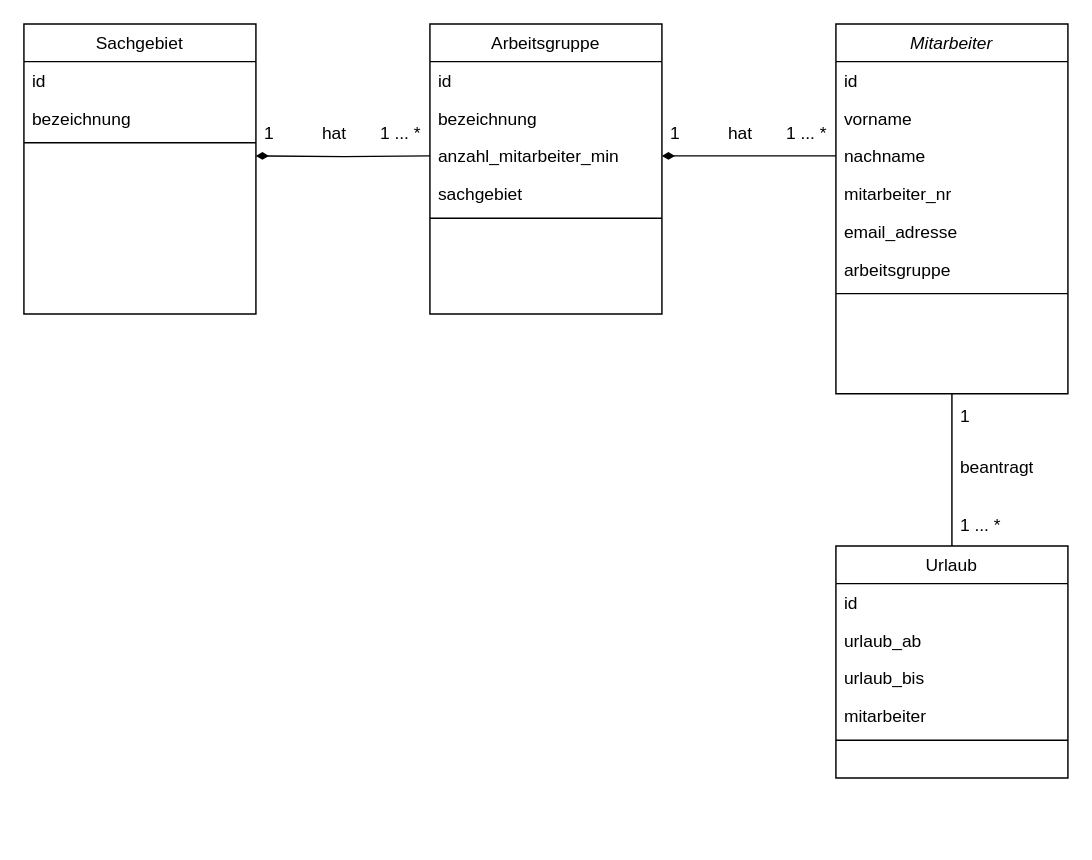
This is designs/ooa_hopla.drawio from CodaCodalis/holiday-leave-planner, a draw.io file, before an edit. Source tidied: cells renumbered, new cells numbered last; positions are measured from the earlier drawing's top-left corner, leaving out a move shared by most shapes. Both pictures are drawn from the tidied source at 145%, with x=0, y=0 at pixel (23, 23).
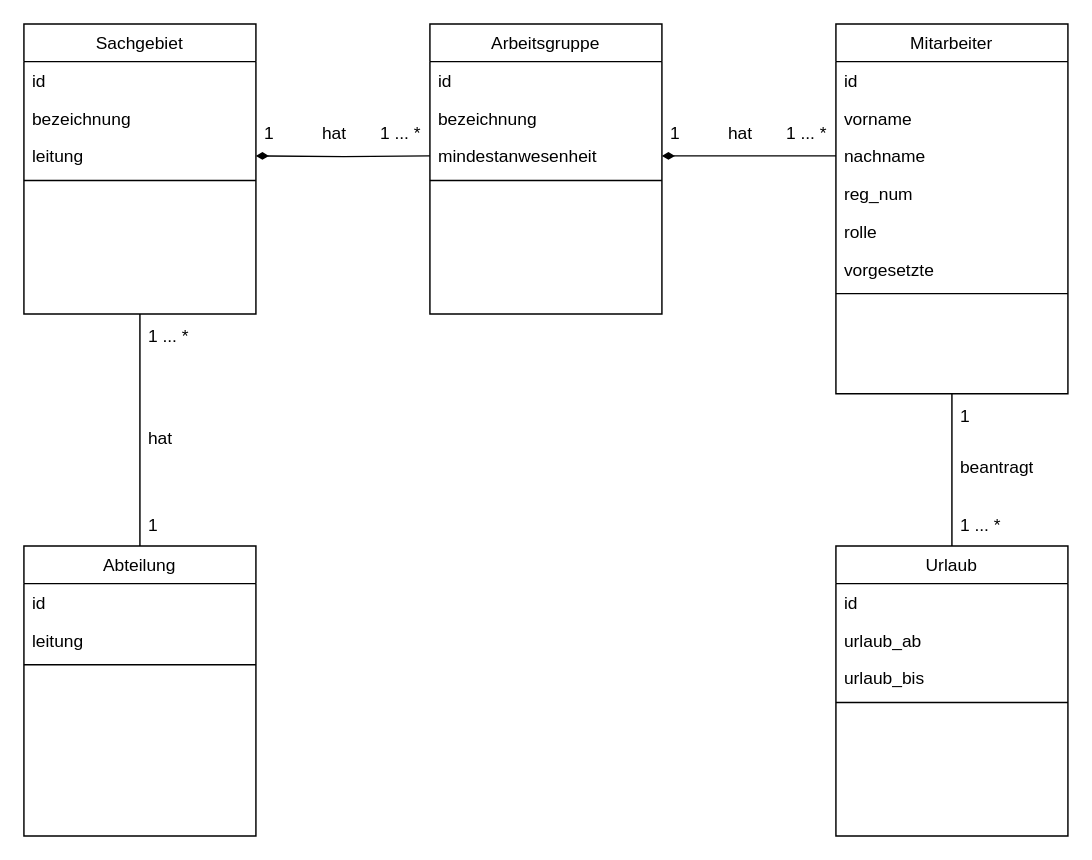
The same page after the edit.

The change refers to these unchanged cells:
```xml
<mxCell id="16" value="Arbeitsgruppe" style="swimlane;fontStyle=0;align=center;verticalAlign=top;horizontal=1;startSize=26;rounded=0;shadow=0;strokeWidth=1;" parent="1" vertex="1">
  <mxGeometry x="280" width="160" height="200" as="geometry" />
</mxCell>
<mxCell id="23" value="Sachgebiet" style="swimlane;fontStyle=0;align=center;verticalAlign=top;horizontal=1;startSize=26;rounded=0;shadow=0;strokeWidth=1;" parent="1" vertex="1">
  <mxGeometry width="160" height="200" as="geometry" />
</mxCell>
```

What changed in the source:
```diff
@@
-    <mxCell id="2" value="Mitarbeiter" style="swimlane;fontStyle=2;align=center;verticalAlign=top;horizontal=1;startSize=26;rounded=0;shadow=0;strokeWidth=1;" parent="1" vertex="1">
+    <mxCell id="2" value="Mitarbeiter" style="swimlane;fontStyle=0;align=center;verticalAlign=top;horizontal=1;startSize=26;rounded=0;shadow=0;strokeWidth=1;" parent="1" vertex="1">
       <mxGeometry x="560" width="160" height="255" as="geometry" />
     </mxCell>
@@
-    <mxCell id="6" value="mitarbeiter_nr" style="text;align=left;verticalAlign=top;spacingLeft=4;spacingRight=4;overflow=hidden;rounded=0;shadow=0;html=0;" parent="2" vertex="1">
+    <mxCell id="6" value="reg_num" style="text;align=left;verticalAlign=top;spacingLeft=4;spacingRight=4;overflow=hidden;rounded=0;shadow=0;html=0;" parent="2" vertex="1">
       <mxGeometry y="104" width="160" height="26" as="geometry" />
     </mxCell>
-    <mxCell id="7" value="email_adresse" style="text;align=left;verticalAlign=top;spacingLeft=4;spacingRight=4;overflow=hidden;rounded=0;shadow=0;html=0;" parent="2" vertex="1">
+    <mxCell id="7" value="rolle" style="text;align=left;verticalAlign=top;spacingLeft=4;spacingRight=4;overflow=hidden;rounded=0;shadow=0;html=0;" parent="2" vertex="1">
       <mxGeometry y="130" width="160" height="26" as="geometry" />
     </mxCell>
-    <mxCell id="8" value="arbeitsgruppe" style="text;align=left;verticalAlign=top;spacingLeft=4;spacingRight=4;overflow=hidden;rounded=0;shadow=0;html=0;" parent="2" vertex="1">
+    <mxCell id="8" value="vorgesetzte" style="text;align=left;verticalAlign=top;spacingLeft=4;spacingRight=4;overflow=hidden;rounded=0;shadow=0;html=0;" parent="2" vertex="1">
       <mxGeometry y="156" width="160" height="26" as="geometry" />
     </mxCell>
@@
     <mxCell id="10" value="Urlaub" style="swimlane;fontStyle=0;align=center;verticalAlign=top;horizontal=1;startSize=26;rounded=0;shadow=0;strokeWidth=1;" parent="1" vertex="1">
-      <mxGeometry x="560" y="360" width="160" height="160" as="geometry" />
+      <mxGeometry x="560" y="360" width="160" height="200" as="geometry" />
     </mxCell>
@@
-    <mxCell id="14" value="mitarbeiter" style="text;align=left;verticalAlign=top;spacingLeft=4;spacingRight=4;overflow=hidden;rounded=0;shadow=0;html=0;" parent="10" vertex="1">
-      <mxGeometry y="104" width="160" height="26" as="geometry" />
-    </mxCell>
     <mxCell id="15" style="line;html=1;strokeWidth=1;align=left;verticalAlign=middle;spacingTop=-1;spacingLeft=3;spacingRight=3;labelPosition=right;" parent="10" vertex="1">
-      <mxGeometry y="130" width="160" height="8" as="geometry" />
+      <mxGeometry y="104" width="160" height="8" as="geometry" />
     </mxCell>
@@
-    <mxCell id="19" value="anzahl_mitarbeiter_min" style="text;align=left;verticalAlign=top;spacingLeft=4;spacingRight=4;overflow=hidden;points=[[0,0.5],[1,0.5]];portConstraint=eastwest;" parent="16" vertex="1">
+    <mxCell id="19" value="mindestanwesenheit" style="text;align=left;verticalAlign=top;spacingLeft=4;spacingRight=4;overflow=hidden;points=[[0,0.5],[1,0.5]];portConstraint=eastwest;" parent="16" vertex="1">
       <mxGeometry y="78" width="160" height="26" as="geometry" />
     </mxCell>
-    <mxCell id="20" value="sachgebiet" style="text;align=left;verticalAlign=top;spacingLeft=4;spacingRight=4;overflow=hidden;" parent="16" vertex="1">
-      <mxGeometry y="104" width="160" height="26" as="geometry" />
-    </mxCell>
     <mxCell id="21" style="line;html=1;strokeWidth=1;align=left;verticalAlign=middle;spacingTop=-1;spacingLeft=3;spacingRight=3;labelPosition=right;" parent="16" vertex="1">
-      <mxGeometry y="130" width="160" height="8" as="geometry" />
+      <mxGeometry y="104" width="160" height="8" as="geometry" />
     </mxCell>
@@
+    <mxCell id="38" value="leitung" style="text;align=left;verticalAlign=top;spacingLeft=4;spacingRight=4;overflow=hidden;" parent="23" vertex="1">
+      <mxGeometry y="78" width="160" height="26" as="geometry" />
+    </mxCell>
     <mxCell id="26" style="line;html=1;strokeWidth=1;align=left;verticalAlign=middle;spacingTop=-1;spacingLeft=3;spacingRight=3;labelPosition=right;" parent="23" vertex="1">
-      <mxGeometry y="78" width="160" height="8" as="geometry" />
+      <mxGeometry y="104" width="160" height="8" as="geometry" />
     </mxCell>
@@
+    <mxCell id="39" style="edgeStyle=orthogonalEdgeStyle;rounded=0;jettySize=auto;html=1;entryX=0.5;entryY=1;entryDx=0;entryDy=0;endArrow=none;endFill=0;" parent="1" edge="1" source="40" target="23">
+      <mxGeometry relative="1" as="geometry" />
+    </mxCell>
+    <mxCell id="40" value="Abteilung" style="swimlane;fontStyle=0;align=center;verticalAlign=top;horizontal=1;startSize=26;rounded=0;shadow=0;strokeWidth=1;" parent="1" vertex="1">
+      <mxGeometry y="360" width="160" height="200" as="geometry" />
+    </mxCell>
+    <mxCell id="41" value="id" style="text;align=left;verticalAlign=top;spacingLeft=4;spacingRight=4;overflow=hidden;" parent="40" vertex="1">
+      <mxGeometry y="26" width="160" height="26" as="geometry" />
+    </mxCell>
+    <mxCell id="42" value="leitung" style="text;align=left;verticalAlign=top;spacingLeft=4;spacingRight=4;overflow=hidden;" parent="40" vertex="1">
+      <mxGeometry y="52" width="160" height="26" as="geometry" />
+    </mxCell>
+    <mxCell id="43" style="line;html=1;strokeWidth=1;align=left;verticalAlign=middle;spacingTop=-1;spacingLeft=3;spacingRight=3;labelPosition=right;" parent="40" vertex="1">
+      <mxGeometry y="78" width="160" height="8" as="geometry" />
+    </mxCell>
+    <mxCell id="44" value="1" style="text;strokeColor=none;fillColor=none;align=left;verticalAlign=middle;spacingLeft=4;spacingRight=4;overflow=hidden;" parent="1" vertex="1">
+      <mxGeometry x="80" y="330" width="20" height="30" as="geometry" />
+    </mxCell>
+    <mxCell id="45" value="hat" style="text;strokeColor=none;fillColor=none;align=left;verticalAlign=middle;spacingLeft=4;spacingRight=4;overflow=hidden;" parent="1" vertex="1">
+      <mxGeometry x="80" y="270" width="30" height="30" as="geometry" />
+    </mxCell>
+    <mxCell id="46" value="1 ... *" style="text;strokeColor=none;fillColor=none;align=left;verticalAlign=middle;spacingLeft=4;spacingRight=4;overflow=hidden;" parent="1" vertex="1">
+      <mxGeometry x="80" y="200" width="40" height="30" as="geometry" />
+    </mxCell>
```
